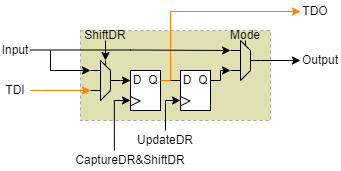
Earlier version of the draw.io export _posts/JTAG协议与硬件实现/BSR.png (Verdvana/Verdvana.github.io). Source tidied: cells renumbered, new cells last; positions are measured from the earlier drawing's top-left corner, leaving out a move shared by most shapes.
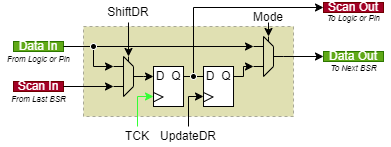
After the change.

The edit, as a diff of the source:
```diff
@@ -3,16 +3,8 @@
     <mxCell id="0" />
     <mxCell id="1" parent="0" />
     <mxCell id="2" style="rounded=0;whiteSpace=wrap;html=1;fillColor=#999900;dashed=1;opacity=30;" parent="1" vertex="1">
-      <mxGeometry x="80" y="30" width="190" height="90" as="geometry" />
+      <mxGeometry x="60" y="30" width="210" height="90" as="geometry" />
     </mxCell>
-    <mxCell id="3" style="edgeStyle=orthogonalEdgeStyle;rounded=0;jettySize=auto;html=1;exitX=1;exitY=0.5;exitDx=0;exitDy=0;fillColor=#fa6800;strokeColor=#FF8000;entryX=0;entryY=0.75;entryDx=0;entryDy=0;" parent="1" edge="1" source="48" target="27">
-      <mxGeometry relative="1" as="geometry">
-        <Array as="points">
-          <mxPoint x="40" y="90" />
-          <mxPoint x="40" y="90" />
-        </Array>
-      </mxGeometry>
-    </mxCell>
     <mxCell id="4" style="group;" parent="1" vertex="1">
       <mxGeometry x="130" y="70" width="30" height="40" as="geometry" />
     </mxCell>
@@ -61,7 +53,7 @@
     <mxCell id="15" value="Q" style="text;strokeColor=none;align=center;fillColor=none;html=1;verticalAlign=middle;whiteSpace=wrap;rounded=0;" parent="10" vertex="1">
       <mxGeometry x="16" y="4" width="14" height="12" as="geometry" />
     </mxCell>
-    <mxCell id="16" style="edgeStyle=orthogonalEdgeStyle;rounded=0;jettySize=auto;html=1;exitX=1;exitY=0.5;exitDx=0;exitDy=0;entryX=0;entryY=0.5;entryDx=0;entryDy=0;endArrow=none;endFill=0;" parent="1" edge="1" source="9" target="14">
+    <mxCell id="16" style="edgeStyle=orthogonalEdgeStyle;rounded=0;jettySize=auto;html=1;exitX=1;exitY=0.5;exitDx=0;exitDy=0;entryX=0;entryY=0.5;entryDx=0;entryDy=0;endArrow=none;endFill=0;startArrow=none;" parent="1" edge="1" source="60" target="14">
       <mxGeometry relative="1" as="geometry" />
     </mxCell>
     <mxCell id="17" style="group;" parent="1" vertex="1">
@@ -115,9 +107,6 @@
         <mxPoint x="10" y="40" as="targetPoint" />
       </mxGeometry>
     </mxCell>
-    <mxCell id="26" style="edgeStyle=orthogonalEdgeStyle;rounded=0;jettySize=auto;html=1;exitX=1;exitY=0.5;exitDx=0;exitDy=0;entryX=0;entryY=0.5;entryDx=0;entryDy=0;" parent="1" edge="1" source="27" target="8">
-      <mxGeometry relative="1" as="geometry" />
-    </mxCell>
     <mxCell id="27" style="group;" parent="1" vertex="1">
       <mxGeometry x="90" y="60" width="30" height="40" as="geometry" />
     </mxCell>
@@ -177,42 +166,24 @@
         </Array>
       </mxGeometry>
     </mxCell>
-    <mxCell id="37" style="edgeStyle=orthogonalEdgeStyle;rounded=0;jettySize=auto;html=1;exitX=1;exitY=0.5;exitDx=0;exitDy=0;fillColor=#fa6800;strokeColor=#FF8000;entryX=0;entryY=0.5;entryDx=0;entryDy=0;" parent="1" edge="1" source="9" target="51">
-      <mxGeometry relative="1" as="geometry">
-        <Array as="points">
-          <mxPoint x="170" y="80" />
-          <mxPoint x="170" y="11" />
-          <mxPoint x="300" y="11" />
-        </Array>
-      </mxGeometry>
-    </mxCell>
-    <mxCell id="38" style="edgeStyle=orthogonalEdgeStyle;rounded=0;jettySize=auto;html=1;exitX=1;exitY=0.5;exitDx=0;exitDy=0;entryX=0;entryY=0.5;entryDx=0;entryDy=0;" parent="1" edge="1" source="17" target="49">
-      <mxGeometry relative="1" as="geometry" />
+    <mxCell id="38" style="edgeStyle=orthogonalEdgeStyle;rounded=0;jettySize=auto;html=1;exitX=1;exitY=0.5;exitDx=0;exitDy=0;" parent="1" edge="1" source="17">
+      <mxGeometry relative="1" as="geometry">
+        <mxPoint x="300" y="60" as="targetPoint" />
+      </mxGeometry>
     </mxCell>
-    <mxCell id="39" style="edgeStyle=orthogonalEdgeStyle;rounded=0;jettySize=auto;html=1;entryX=0;entryY=0.25;entryDx=0;entryDy=0;" parent="1" edge="1" target="27">
-      <mxGeometry relative="1" as="geometry">
-        <mxPoint x="50" y="50" as="sourcePoint" />
-        <Array as="points">
-          <mxPoint x="50" y="50" />
-          <mxPoint x="50" y="70" />
-        </Array>
-      </mxGeometry>
-    </mxCell>
-    <mxCell id="40" style="edgeStyle=orthogonalEdgeStyle;rounded=0;jettySize=auto;html=1;exitX=1;exitY=0.5;exitDx=0;exitDy=0;entryX=0;entryY=0.25;entryDx=0;entryDy=0;" parent="1" edge="1" source="50" target="17">
-      <mxGeometry relative="1" as="geometry" />
+    <mxCell id="40" style="edgeStyle=orthogonalEdgeStyle;rounded=0;jettySize=auto;html=1;entryX=0;entryY=0.25;entryDx=0;entryDy=0;" parent="1" edge="1" target="17">
+      <mxGeometry relative="1" as="geometry">
+        <mxPoint x="40" y="50" as="sourcePoint" />
+      </mxGeometry>
     </mxCell>
+    <mxCell id="52" style="edgeStyle=none;html=1;exitX=0.5;exitY=1;exitDx=0;exitDy=0;entryX=0.5;entryY=0;entryDx=0;entryDy=0;" parent="1" edge="1" source="41" target="17">
+      <mxGeometry relative="1" as="geometry" />
+    </mxCell>
     <mxCell id="41" value="Mode" style="text;strokeColor=none;align=center;fillColor=none;html=1;verticalAlign=middle;whiteSpace=wrap;rounded=0;" parent="1" vertex="1">
-      <mxGeometry x="230" y="30" width="30" height="10" as="geometry" />
+      <mxGeometry x="230" y="16" width="30" height="10" as="geometry" />
     </mxCell>
-    <mxCell id="42" style="edgeStyle=orthogonalEdgeStyle;rounded=0;jettySize=auto;html=1;exitX=0.298;exitY=-0.005;exitDx=0;exitDy=0;entryX=0;entryY=0.75;entryDx=0;entryDy=0;exitPerimeter=0;" parent="1" edge="1" source="43" target="5">
-      <mxGeometry relative="1" as="geometry">
-        <Array as="points">
-          <mxPoint x="114" y="100" />
-        </Array>
-      </mxGeometry>
-    </mxCell>
-    <mxCell id="43" value="CaptureDR&amp;amp;ShiftDR" style="text;strokeColor=none;align=center;fillColor=none;html=1;verticalAlign=middle;whiteSpace=wrap;rounded=0;" parent="1" vertex="1">
-      <mxGeometry x="90" y="150" width="80" height="20" as="geometry" />
+    <mxCell id="43" value="TCK" style="text;strokeColor=none;align=center;fillColor=none;html=1;verticalAlign=middle;whiteSpace=wrap;rounded=0;" parent="1" vertex="1">
+      <mxGeometry x="101" y="130" width="26" height="20" as="geometry" />
     </mxCell>
     <mxCell id="44" style="edgeStyle=orthogonalEdgeStyle;rounded=0;jettySize=auto;html=1;exitX=0.5;exitY=0;exitDx=0;exitDy=0;entryX=0;entryY=0.75;entryDx=0;entryDy=0;" parent="1" edge="1" source="45" target="11">
       <mxGeometry relative="1" as="geometry">
@@ -224,25 +195,73 @@
     <mxCell id="45" value="UpdateDR" style="text;strokeColor=none;align=center;fillColor=none;html=1;verticalAlign=middle;whiteSpace=wrap;rounded=0;" parent="1" vertex="1">
       <mxGeometry x="145" y="130" width="40" height="20" as="geometry" />
     </mxCell>
-    <mxCell id="46" style="edgeStyle=orthogonalEdgeStyle;rounded=0;jettySize=auto;html=1;exitX=0.5;exitY=1;exitDx=0;exitDy=0;entryX=0.5;entryY=0;entryDx=0;entryDy=0;" parent="1" edge="1" source="47">
+    <mxCell id="46" style="edgeStyle=orthogonalEdgeStyle;rounded=0;orthogonalLoop=1;jettySize=auto;html=1;exitX=0.5;exitY=1;exitDx=0;exitDy=0;entryX=0.5;entryY=0;entryDx=0;entryDy=0;" parent="1" edge="1">
       <mxGeometry relative="1" as="geometry">
+        <mxPoint x="105" y="26" as="sourcePoint" />
         <mxPoint x="105" y="60" as="targetPoint" />
       </mxGeometry>
     </mxCell>
+    <mxCell id="53" value="Data In" style="text;strokeColor=#2D7600;align=center;fillColor=#60a917;html=1;verticalAlign=middle;whiteSpace=wrap;rounded=0;fontColor=#ffffff;" parent="1" vertex="1">
+      <mxGeometry x="-10" y="45" width="50" height="10" as="geometry" />
+    </mxCell>
+    <mxCell id="54" value="Scan In" style="text;strokeColor=#6F0000;align=center;fillColor=#a20025;html=1;verticalAlign=middle;whiteSpace=wrap;rounded=0;fontColor=#ffffff;" parent="1" vertex="1">
+      <mxGeometry x="-10" y="85" width="50" height="10" as="geometry" />
+    </mxCell>
+    <mxCell id="55" value="Data Out" style="text;strokeColor=#2D7600;align=center;fillColor=#60a917;html=1;verticalAlign=middle;whiteSpace=wrap;rounded=0;fontColor=#ffffff;" parent="1" vertex="1">
+      <mxGeometry x="300" y="55" width="60" height="10" as="geometry" />
+    </mxCell>
+    <mxCell id="56" value="Scan Out" style="text;strokeColor=#6F0000;align=center;fillColor=#a20025;html=1;verticalAlign=middle;whiteSpace=wrap;rounded=0;fontColor=#ffffff;" parent="1" vertex="1">
+      <mxGeometry x="300" y="6" width="60" height="10" as="geometry" />
+    </mxCell>
+    <mxCell id="42" style="edgeStyle=orthogonalEdgeStyle;rounded=0;jettySize=auto;html=1;exitX=0.5;exitY=0;exitDx=0;exitDy=0;entryX=0;entryY=0.75;entryDx=0;entryDy=0;strokeColor=#33FF33;" parent="1" edge="1" source="43" target="5">
+      <mxGeometry relative="1" as="geometry">
+        <Array as="points">
+          <mxPoint x="114" y="100" />
+        </Array>
+      </mxGeometry>
+    </mxCell>
+    <mxCell id="39" style="edgeStyle=orthogonalEdgeStyle;rounded=0;jettySize=auto;html=1;entryX=0;entryY=0.25;entryDx=0;entryDy=0;exitX=1;exitY=0.5;exitDx=0;exitDy=0;" parent="1" edge="1" source="53" target="27">
+      <mxGeometry relative="1" as="geometry">
+        <Array as="points">
+          <mxPoint x="70" y="50" />
+          <mxPoint x="70" y="70" />
+        </Array>
+      </mxGeometry>
+    </mxCell>
+    <mxCell id="57" style="ellipse;whiteSpace=wrap;html=1;strokeColor=#FFFFFF;fillColor=#000000;" parent="1" vertex="1">
+      <mxGeometry x="67" y="47" width="6" height="6" as="geometry" />
+    </mxCell>
+    <mxCell id="58" style="edgeStyle=orthogonalEdgeStyle;rounded=0;jettySize=auto;html=1;entryX=0;entryY=0.75;entryDx=0;entryDy=0;exitX=1;exitY=0.5;exitDx=0;exitDy=0;" parent="1" edge="1" source="54" target="27">
+      <mxGeometry relative="1" as="geometry" />
+    </mxCell>
+    <mxCell id="26" style="edgeStyle=orthogonalEdgeStyle;rounded=0;jettySize=auto;html=1;entryX=0;entryY=0.5;entryDx=0;entryDy=0;exitX=1;exitY=0.5;exitDx=0;exitDy=0;" parent="1" edge="1" source="27" target="8">
+      <mxGeometry relative="1" as="geometry" />
+    </mxCell>
+    <mxCell id="59" style="edgeStyle=orthogonalEdgeStyle;rounded=0;jettySize=auto;html=1;entryX=0;entryY=0.5;entryDx=0;entryDy=0;exitX=1;exitY=0.5;exitDx=0;exitDy=0;" parent="1" edge="1" source="9" target="56">
+      <mxGeometry relative="1" as="geometry">
+        <Array as="points">
+          <mxPoint x="170" y="80" />
+          <mxPoint x="170" y="11" />
+        </Array>
+      </mxGeometry>
+    </mxCell>
+    <mxCell id="60" style="ellipse;whiteSpace=wrap;html=1;strokeColor=#FFFFFF;fillColor=#000000;" parent="1" vertex="1">
+      <mxGeometry x="167" y="77" width="6" height="6" as="geometry" />
+    </mxCell>
     <mxCell id="47" value="ShiftDR" style="text;strokeColor=none;align=center;fillColor=none;html=1;verticalAlign=middle;whiteSpace=wrap;rounded=0;" parent="1" vertex="1">
-      <mxGeometry x="90" y="30" width="30" height="10" as="geometry" />
+      <mxGeometry x="85" y="6" width="40" height="20" as="geometry" />
     </mxCell>
-    <mxCell id="48" value="TDI" style="text;strokeColor=none;align=center;fillColor=none;html=1;verticalAlign=middle;whiteSpace=wrap;rounded=0;" parent="1" vertex="1">
-      <mxGeometry y="75" width="30" height="30" as="geometry" />
-    </mxCell>
-    <mxCell id="49" value="Output" style="text;strokeColor=none;align=center;fillColor=none;html=1;verticalAlign=middle;whiteSpace=wrap;rounded=0;" parent="1" vertex="1">
-      <mxGeometry x="300" y="45" width="40" height="30" as="geometry" />
-    </mxCell>
-    <mxCell id="50" value="Input" style="text;strokeColor=none;align=center;fillColor=none;html=1;verticalAlign=middle;whiteSpace=wrap;rounded=0;" parent="1" vertex="1">
-      <mxGeometry y="39" width="30" height="21" as="geometry" />
-    </mxCell>
-    <mxCell id="51" value="TDO" style="text;strokeColor=none;align=center;fillColor=none;html=1;verticalAlign=middle;whiteSpace=wrap;rounded=0;" parent="1" vertex="1">
-      <mxGeometry x="300" width="30" height="21" as="geometry" />
-    </mxCell>
+    <mxCell id="61" value="&lt;font style=&quot;font-size: 8px;&quot;&gt;&lt;i style=&quot;&quot;&gt;From Logic or Pin&lt;/i&gt;&lt;/font&gt;" style="text;strokeColor=none;align=center;fillColor=none;html=1;verticalAlign=middle;whiteSpace=wrap;rounded=0;" parent="1" vertex="1">
+      <mxGeometry x="-22.5" y="55" width="75" height="13" as="geometry" />
+    </mxCell>
+    <mxCell id="62" value="&lt;font style=&quot;font-size: 8px;&quot;&gt;&lt;i style=&quot;&quot;&gt;From Last BSR&lt;/i&gt;&lt;/font&gt;" style="text;strokeColor=none;align=center;fillColor=none;html=1;verticalAlign=middle;whiteSpace=wrap;rounded=0;" parent="1" vertex="1">
+      <mxGeometry x="-22.5" y="95" width="75" height="13" as="geometry" />
+    </mxCell>
+    <mxCell id="63" value="&lt;font style=&quot;font-size: 8px;&quot;&gt;&lt;i style=&quot;&quot;&gt;To Logic or Pin&lt;/i&gt;&lt;/font&gt;" style="text;strokeColor=none;align=center;fillColor=none;html=1;verticalAlign=middle;whiteSpace=wrap;rounded=0;" parent="1" vertex="1">
+      <mxGeometry x="292.5" y="14.5" width="75" height="13" as="geometry" />
+    </mxCell>
+    <mxCell id="64" value="&lt;font style=&quot;font-size: 8px;&quot;&gt;&lt;i style=&quot;&quot;&gt;To Next BSR&lt;/i&gt;&lt;/font&gt;" style="text;strokeColor=none;align=center;fillColor=none;html=1;verticalAlign=middle;whiteSpace=wrap;rounded=0;" parent="1" vertex="1">
+      <mxGeometry x="292.5" y="64" width="75" height="13" as="geometry" />
+    </mxCell>
   </root>
 </mxGraphModel>
```
